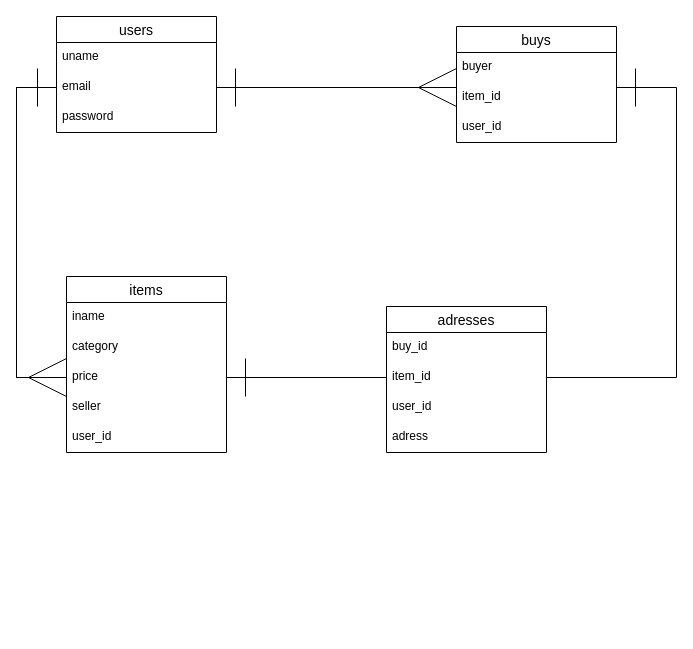
Before: README.dio in oomugiwakaba/furima-34024, a draw.io diagram. Source tidied: cells renumbered, new cells numbered last; positions are measured from the earlier drawing's top-left corner, leaving out a move shared by most shapes. Both pictures are drawn from the tidied source at 100%, with x=0, y=0 at pixel (16, 16).
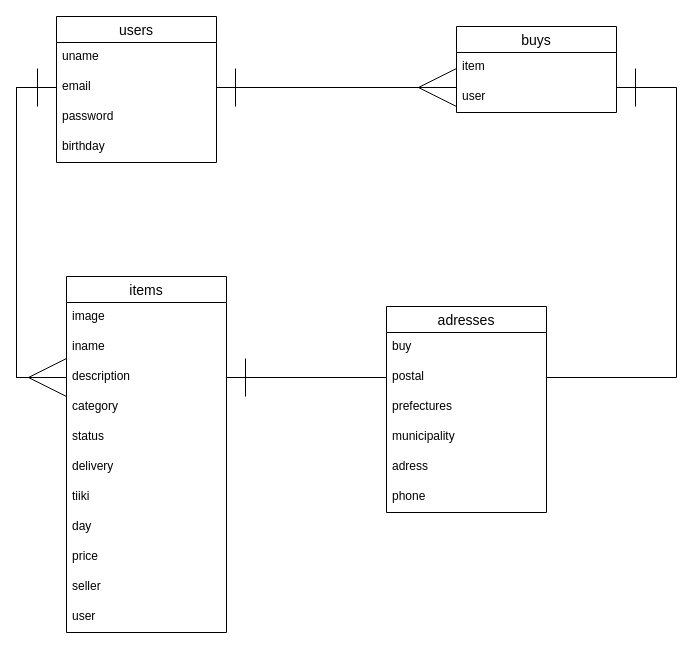
The same diagram, later.

Diff of the diagram source:
```diff
@@
     <mxCell id="2" value="users" style="swimlane;fontStyle=0;horizontal=1;startSize=26;align=center;fontSize=14;" parent="1" vertex="1">
-      <mxGeometry x="40" width="160" height="116" as="geometry" />
+      <mxGeometry x="40" width="160" height="146" as="geometry" />
     </mxCell>
@@
+    <mxCell id="27" value="birthday" style="text;strokeColor=none;fillColor=none;spacingLeft=4;spacingRight=4;overflow=hidden;fontSize=12;" parent="2" vertex="1">
+      <mxGeometry y="116" width="160" height="30" as="geometry" />
+    </mxCell>
     <mxCell id="6" value="buys" style="swimlane;fontStyle=0;horizontal=1;startSize=26;align=center;fontSize=14;" parent="1" vertex="1">
-      <mxGeometry x="440" y="10" width="160" height="116" as="geometry" />
+      <mxGeometry x="440" y="10" width="160" height="86" as="geometry" />
     </mxCell>
-    <mxCell id="7" value="buyer" style="text;strokeColor=none;fillColor=none;spacingLeft=4;spacingRight=4;overflow=hidden;fontSize=12;" parent="6" vertex="1">
-      <mxGeometry y="26" width="160" height="30" as="geometry" />
-    </mxCell>
-    <mxCell id="8" value="item_id" style="text;strokeColor=none;fillColor=none;spacingLeft=4;spacingRight=4;overflow=hidden;fontSize=12;" parent="6" vertex="1">
-      <mxGeometry y="56" width="160" height="30" as="geometry" />
+    <mxCell id="8" value="item" style="text;strokeColor=none;fillColor=none;spacingLeft=4;spacingRight=4;overflow=hidden;fontSize=12;" parent="6" vertex="1">
+      <mxGeometry y="26" width="160" height="30" as="geometry" />
     </mxCell>
-    <mxCell id="9" value="user_id" style="text;strokeColor=none;fillColor=none;spacingLeft=4;spacingRight=4;overflow=hidden;fontSize=12;" parent="6" vertex="1">
-      <mxGeometry y="86" width="160" height="30" as="geometry" />
+    <mxCell id="9" value="user" style="text;strokeColor=none;fillColor=none;spacingLeft=4;spacingRight=4;overflow=hidden;fontSize=12;" parent="6" vertex="1">
+      <mxGeometry y="56" width="160" height="30" as="geometry" />
     </mxCell>
     <mxCell id="10" value="items" style="swimlane;fontStyle=0;horizontal=1;startSize=26;align=center;fontSize=14;" parent="1" vertex="1">
-      <mxGeometry x="50" y="260" width="160" height="176" as="geometry" />
+      <mxGeometry x="50" y="260" width="160" height="356" as="geometry" />
     </mxCell>
-    <mxCell id="11" value="iname" style="text;strokeColor=none;fillColor=none;spacingLeft=4;spacingRight=4;overflow=hidden;fontSize=12;" parent="10" vertex="1">
+    <mxCell id="11" value="image" style="text;strokeColor=none;fillColor=none;spacingLeft=4;spacingRight=4;overflow=hidden;fontSize=12;" parent="10" vertex="1">
       <mxGeometry y="26" width="160" height="30" as="geometry" />
     </mxCell>
+    <mxCell id="28" value="iname" style="text;strokeColor=none;fillColor=none;spacingLeft=4;spacingRight=4;overflow=hidden;fontSize=12;" parent="10" vertex="1">
+      <mxGeometry y="56" width="160" height="30" as="geometry" />
+    </mxCell>
-    <mxCell id="12" value="category" style="text;strokeColor=none;fillColor=none;spacingLeft=4;spacingRight=4;overflow=hidden;fontSize=12;" parent="10" vertex="1">
-      <mxGeometry y="56" width="160" height="30" as="geometry" />
+    <mxCell id="12" value="description" style="text;strokeColor=none;fillColor=none;spacingLeft=4;spacingRight=4;overflow=hidden;fontSize=12;" parent="10" vertex="1">
+      <mxGeometry y="86" width="160" height="30" as="geometry" />
     </mxCell>
+    <mxCell id="29" value="category" style="text;strokeColor=none;fillColor=none;spacingLeft=4;spacingRight=4;overflow=hidden;fontSize=12;" parent="10" vertex="1">
+      <mxGeometry y="116" width="160" height="30" as="geometry" />
+    </mxCell>
-    <mxCell id="13" value="price" style="text;strokeColor=none;fillColor=none;spacingLeft=4;spacingRight=4;overflow=hidden;fontSize=12;" parent="10" vertex="1">
-      <mxGeometry y="86" width="160" height="30" as="geometry" />
+    <mxCell id="13" value="status" style="text;strokeColor=none;fillColor=none;spacingLeft=4;spacingRight=4;overflow=hidden;fontSize=12;" parent="10" vertex="1">
+      <mxGeometry y="146" width="160" height="30" as="geometry" />
     </mxCell>
+    <mxCell id="30" value="delivery" style="text;strokeColor=none;fillColor=none;spacingLeft=4;spacingRight=4;overflow=hidden;fontSize=12;" parent="10" vertex="1">
+      <mxGeometry y="176" width="160" height="30" as="geometry" />
+    </mxCell>
+    <mxCell id="31" value="tiiki" style="text;strokeColor=none;fillColor=none;spacingLeft=4;spacingRight=4;overflow=hidden;fontSize=12;" parent="10" vertex="1">
+      <mxGeometry y="206" width="160" height="30" as="geometry" />
+    </mxCell>
-    <mxCell id="14" value="seller" style="text;strokeColor=none;fillColor=none;spacingLeft=4;spacingRight=4;overflow=hidden;fontSize=12;" parent="10" vertex="1">
-      <mxGeometry y="116" width="160" height="30" as="geometry" />
+    <mxCell id="14" value="day" style="text;strokeColor=none;fillColor=none;spacingLeft=4;spacingRight=4;overflow=hidden;fontSize=12;" parent="10" vertex="1">
+      <mxGeometry y="236" width="160" height="30" as="geometry" />
     </mxCell>
+    <mxCell id="32" value="price" style="text;strokeColor=none;fillColor=none;spacingLeft=4;spacingRight=4;overflow=hidden;fontSize=12;" parent="10" vertex="1">
+      <mxGeometry y="266" width="160" height="30" as="geometry" />
+    </mxCell>
+    <mxCell id="33" value="seller" style="text;strokeColor=none;fillColor=none;spacingLeft=4;spacingRight=4;overflow=hidden;fontSize=12;" parent="10" vertex="1">
+      <mxGeometry y="296" width="160" height="30" as="geometry" />
+    </mxCell>
-    <mxCell id="15" value="user_id" style="text;strokeColor=none;fillColor=none;spacingLeft=4;spacingRight=4;overflow=hidden;fontSize=12;" parent="10" vertex="1">
-      <mxGeometry y="146" width="160" height="30" as="geometry" />
+    <mxCell id="15" value="user" style="text;strokeColor=none;fillColor=none;spacingLeft=4;spacingRight=4;overflow=hidden;fontSize=12;" parent="10" vertex="1">
+      <mxGeometry y="326" width="160" height="30" as="geometry" />
     </mxCell>
     <mxCell id="16" value="adresses" style="swimlane;fontStyle=0;horizontal=1;startSize=26;align=center;fontSize=14;" parent="1" vertex="1">
-      <mxGeometry x="370" y="290" width="160" height="146" as="geometry" />
+      <mxGeometry x="370" y="290" width="160" height="206" as="geometry" />
     </mxCell>
-    <mxCell id="17" value="buy_id" style="text;strokeColor=none;fillColor=none;spacingLeft=4;spacingRight=4;overflow=hidden;fontSize=12;" parent="16" vertex="1">
+    <mxCell id="17" value="buy" style="text;strokeColor=none;fillColor=none;spacingLeft=4;spacingRight=4;overflow=hidden;fontSize=12;" parent="16" vertex="1">
       <mxGeometry y="26" width="160" height="30" as="geometry" />
     </mxCell>
-    <mxCell id="18" value="item_id" style="text;strokeColor=none;fillColor=none;spacingLeft=4;spacingRight=4;overflow=hidden;points=[[0,0.5],[1,0.5]];portConstraint=eastwest;fontSize=12;" parent="16" vertex="1">
+    <mxCell id="18" value="postal" style="text;strokeColor=none;fillColor=none;spacingLeft=4;spacingRight=4;overflow=hidden;points=[[0,0.5],[1,0.5]];portConstraint=eastwest;fontSize=12;" parent="16" vertex="1">
       <mxGeometry y="56" width="160" height="30" as="geometry" />
     </mxCell>
-    <mxCell id="19" value="user_id" style="text;strokeColor=none;fillColor=none;spacingLeft=4;spacingRight=4;overflow=hidden;fontSize=12;" parent="16" vertex="1">
+    <mxCell id="19" value="prefectures" style="text;strokeColor=none;fillColor=none;spacingLeft=4;spacingRight=4;overflow=hidden;fontSize=12;" parent="16" vertex="1">
       <mxGeometry y="86" width="160" height="30" as="geometry" />
     </mxCell>
-    <mxCell id="20" value="adress" style="text;strokeColor=none;fillColor=none;spacingLeft=4;spacingRight=4;overflow=hidden;fontSize=12;" parent="16" vertex="1">
+    <mxCell id="20" value="municipality" style="text;strokeColor=none;fillColor=none;spacingLeft=4;spacingRight=4;overflow=hidden;fontSize=12;" parent="16" vertex="1">
       <mxGeometry y="116" width="160" height="30" as="geometry" />
     </mxCell>
+    <mxCell id="34" value="adress" style="text;strokeColor=none;fillColor=none;spacingLeft=4;spacingRight=4;overflow=hidden;fontSize=12;" parent="16" vertex="1">
+      <mxGeometry y="146" width="160" height="30" as="geometry" />
+    </mxCell>
+    <mxCell id="35" value="phone" style="text;strokeColor=none;fillColor=none;spacingLeft=4;spacingRight=4;overflow=hidden;fontSize=12;" parent="16" vertex="1">
+      <mxGeometry y="176" width="160" height="30" as="geometry" />
+    </mxCell>
```
